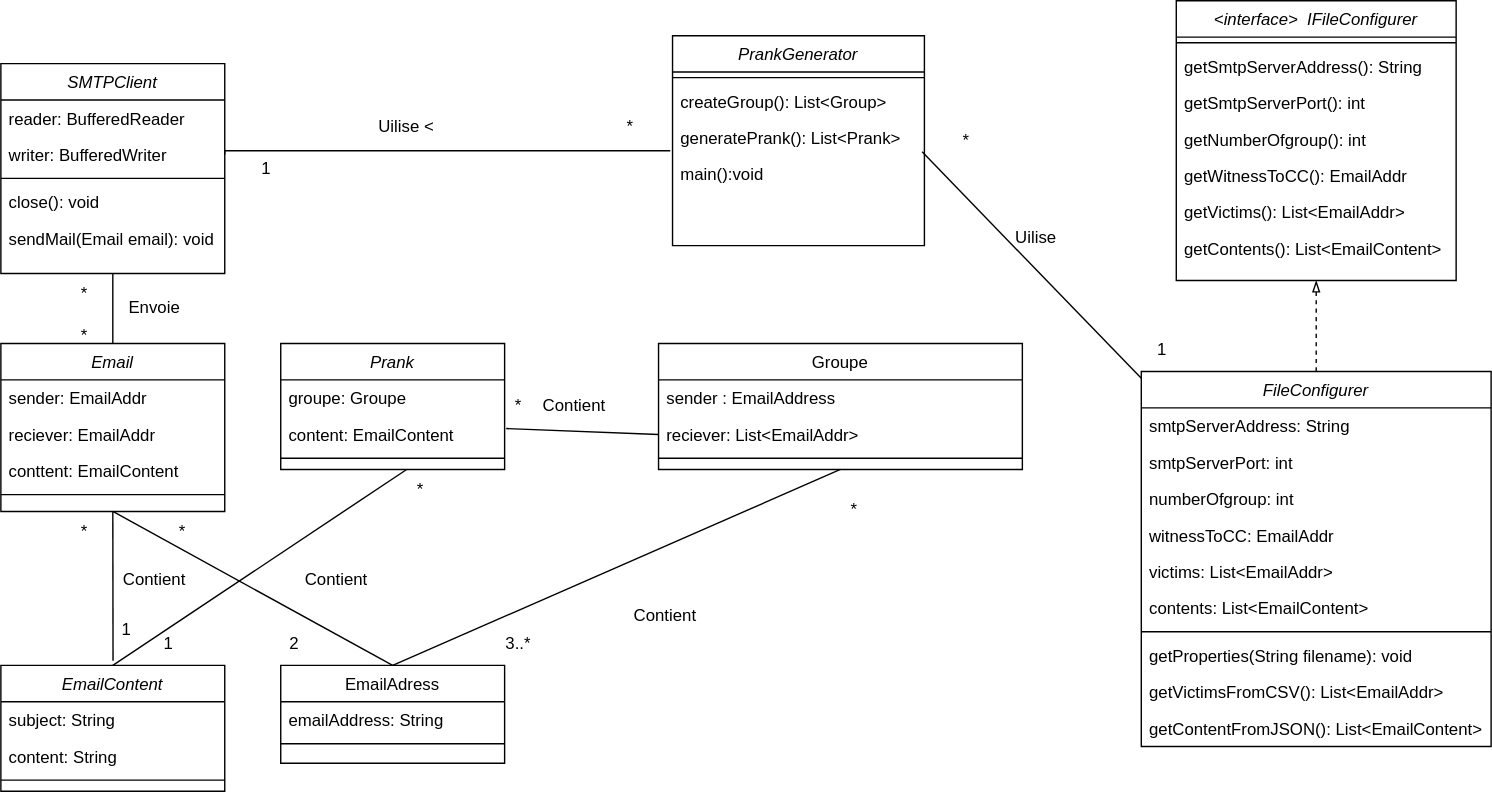
This is figures/DiagrammeClasse.svg from Bastien18/DAI-2022-SMTP-Classe-B, a draw.io export, as it was before one commit. Source tidied: cells renumbered, new cells last; positions are measured from the earlier drawing's top-left corner, leaving out a move shared by most shapes.
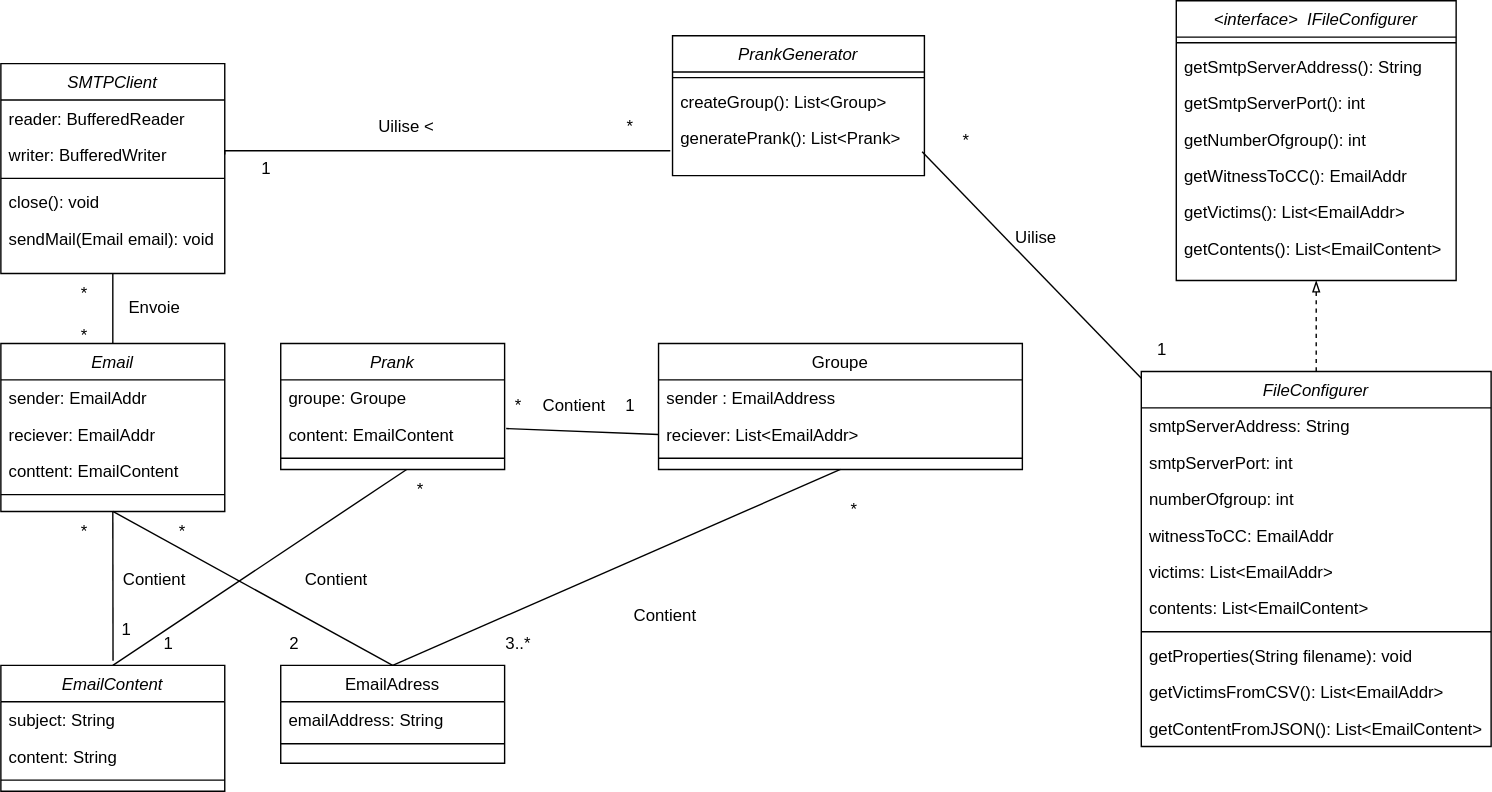
Above is the later version.

Change to the diagram source:
```diff
@@ -81,7 +81,7 @@
       <mxGeometry y="78" width="160" height="8" as="geometry" />
     </mxCell>
     <mxCell id="28" value="PrankGenerator" style="swimlane;fontStyle=2;align=center;verticalAlign=top;horizontal=1;startSize=26;rounded=0;shadow=0;strokeWidth=1;" parent="1" vertex="1">
-      <mxGeometry x="480" y="25" width="180" height="150" as="geometry" />
+      <mxGeometry x="480" y="25" width="180" height="100" as="geometry" />
     </mxCell>
     <mxCell id="29" style="line;html=1;strokeWidth=1;align=left;verticalAlign=middle;spacingTop=-1;spacingLeft=3;spacingRight=3;labelPosition=right;" parent="28" vertex="1">
       <mxGeometry y="26" width="180" height="8" as="geometry" />
@@ -92,9 +92,6 @@
     <mxCell id="31" value="generatePrank(): List&lt;Prank&gt;" style="text;align=left;verticalAlign=top;spacingLeft=4;spacingRight=4;overflow=hidden;points=[[0,0.5],[1,0.5]];portConstraint=eastwest;" parent="28" vertex="1">
       <mxGeometry y="60" width="180" height="26" as="geometry" />
     </mxCell>
-    <mxCell id="32" value="main():void" style="text;align=left;verticalAlign=top;spacingLeft=4;spacingRight=4;overflow=hidden;points=[[0,0.5],[1,0.5]];portConstraint=eastwest;" parent="28" vertex="1">
-      <mxGeometry y="86" width="180" height="26" as="geometry" />
-    </mxCell>
     <mxCell id="33" value="&lt;interface&gt;  IFileConfigurer" style="swimlane;fontStyle=2;align=center;verticalAlign=top;horizontal=1;startSize=26;rounded=0;shadow=0;strokeWidth=1;" parent="1" vertex="1">
       <mxGeometry x="840" width="200" height="200" as="geometry" />
     </mxCell>
@@ -223,8 +220,10 @@
     <mxCell id="74" value="*" style="text;html=1;strokeColor=none;fillColor=none;align=center;verticalAlign=middle;whiteSpace=wrap;rounded=0;" parent="1" vertex="1">
       <mxGeometry x="30" y="195" width="60" height="30" as="geometry" />
     </mxCell>
-    <mxCell id="75" style="endArrow=none;html=1;rounded=0;entryX=0.991;entryY=-0.115;entryDx=0;entryDy=0;entryPerimeter=0;" parent="1" edge="1" source="42" target="32">
-      <mxGeometry relative="1" as="geometry" />
+    <mxCell id="75" style="endArrow=none;html=1;rounded=0;entryX=0.991;entryY=-0.115;entryDx=0;entryDy=0;entryPerimeter=0;" parent="1" edge="1" source="42">
+      <mxGeometry relative="1" as="geometry">
+        <mxPoint x="658.4" y="108" as="targetPoint" />
+      </mxGeometry>
     </mxCell>
     <mxCell id="76" value="Uilise" style="text;html=1;strokeColor=none;fillColor=none;align=center;verticalAlign=middle;whiteSpace=wrap;rounded=0;" parent="1" vertex="1">
       <mxGeometry x="710" y="155" width="60" height="30" as="geometry" />
@@ -251,5 +250,8 @@
     <mxCell id="82" value="*" style="text;html=1;strokeColor=none;fillColor=none;align=center;verticalAlign=middle;whiteSpace=wrap;rounded=0;" parent="1" vertex="1">
       <mxGeometry x="660" y="85" width="60" height="30" as="geometry" />
     </mxCell>
+    <mxCell id="83" value="1" style="text;html=1;strokeColor=none;fillColor=none;align=center;verticalAlign=middle;whiteSpace=wrap;rounded=0;" parent="1" vertex="1">
+      <mxGeometry x="420" y="275" width="60" height="30" as="geometry" />
+    </mxCell>
   </root>
 </mxGraphModel>
```
